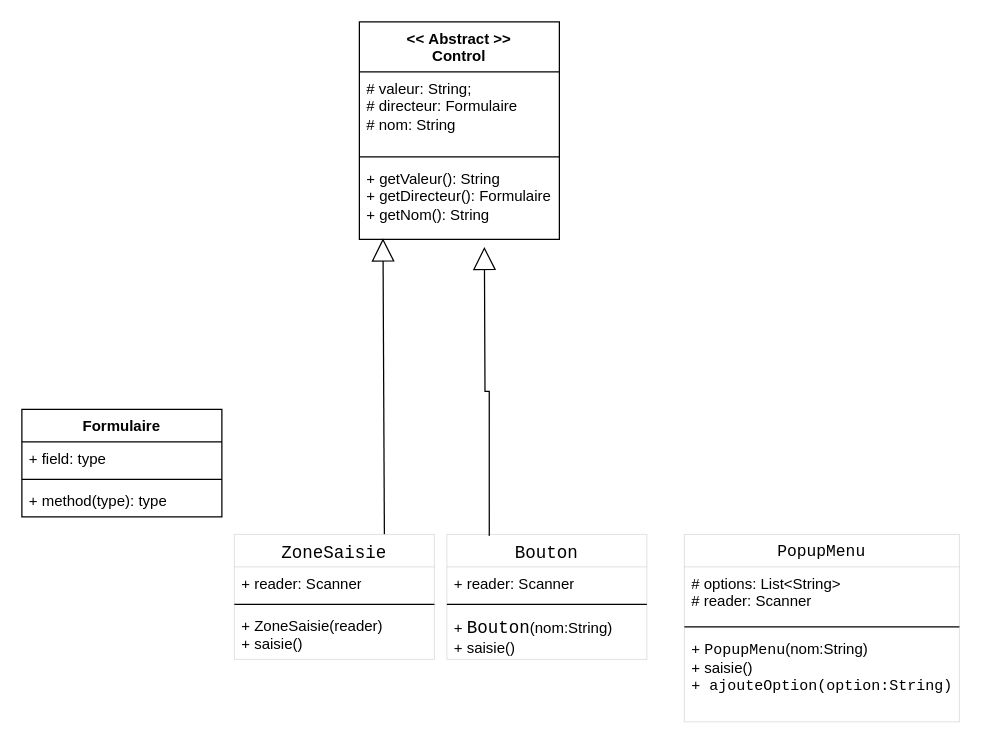
abbesfr81/design-patterns keeps this draw.io diagram as Diagramme sans nom.drawio. Above is the earlier version. Source tidied: cells renumbered, new cells numbered last; positions are measured from the earlier drawing's top-left corner, leaving out a move shared by most shapes. Both pictures are drawn from the tidied source at 125%, with x=0, y=0 at pixel (21, 21).
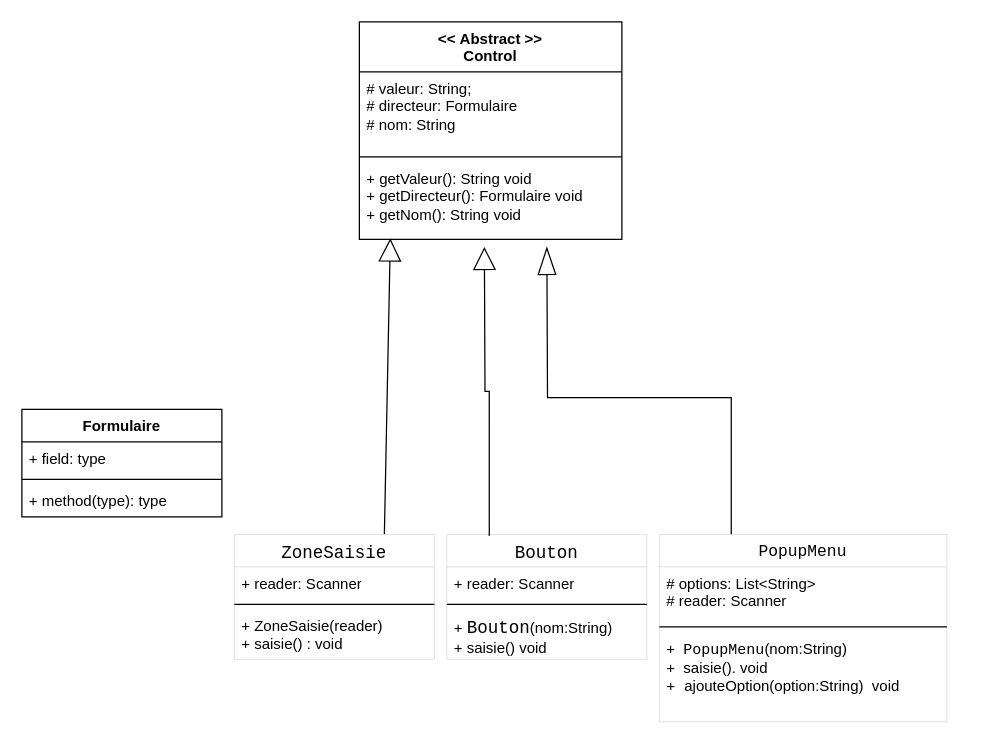
The same page after the edit.

Commit message (it also covers changes not shown here):
Mettre à jour Diagramme sans nom.drawio

Unchanged cells that the change refers to:
```xml
<mxCell id="11" value="&lt;p style=&quot;margin: 0px; font-variant-numeric: normal; font-variant-east-asian: normal; font-variant-alternates: normal; font-size-adjust: none; font-kerning: auto; font-optical-sizing: auto; font-feature-settings: normal; font-variation-settings: normal; font-variant-position: normal; font-weight: 400; font-stretch: normal; font-size: 14px; line-height: normal; font-family: Courier; text-align: start;&quot; class=&quot;p1&quot;&gt;ZoneSaisie&lt;/p&gt;" style="swimlane;fontStyle=1;align=center;verticalAlign=top;horizontal=1;startSize=26;whiteSpace=wrap;html=1;strokeWidth=0;fontSize=14;" parent="1" vertex="1">
  <mxGeometry x="170" y="410" width="160" height="100" as="geometry" />
</mxCell>
<mxCell id="15" value="&lt;p style=&quot;margin: 0px; font-variant-numeric: normal; font-variant-east-asian: normal; font-variant-alternates: normal; font-size-adjust: none; font-kerning: auto; font-optical-sizing: auto; font-feature-settings: normal; font-variation-settings: normal; font-variant-position: normal; font-weight: 400; font-stretch: normal; font-size: 14px; line-height: normal; font-family: Courier; text-align: start;&quot; class=&quot;p1&quot;&gt;Bouton&lt;/p&gt;" style="swimlane;fontStyle=1;align=center;verticalAlign=top;horizontal=1;startSize=26;whiteSpace=wrap;html=1;strokeWidth=0;fontSize=14;" parent="1" vertex="1">
  <mxGeometry x="340" y="410" width="160" height="100" as="geometry" />
</mxCell>
```

The edit, as a diff of the source:
```diff
@@
     <mxCell id="2" value="&amp;lt;&amp;lt;&amp;nbsp;Abstract &amp;gt;&amp;gt;&lt;div&gt;Control&lt;/div&gt;" style="swimlane;fontStyle=1;align=center;verticalAlign=top;horizontal=1;startSize=40;whiteSpace=wrap;html=1;" parent="1" vertex="1">
-      <mxGeometry x="270" width="160" height="174" as="geometry" />
+      <mxGeometry x="270" width="210" height="174" as="geometry" />
     </mxCell>
     <mxCell id="3" value="# valeur: String;&lt;div&gt;# directeur: Formulaire&lt;/div&gt;&lt;div&gt;# nom: String&lt;br&gt;&lt;div&gt;&lt;br&gt;&lt;/div&gt;&lt;/div&gt;" style="text;strokeColor=none;fillColor=none;align=left;verticalAlign=top;spacingLeft=4;spacingRight=4;overflow=hidden;whiteSpace=wrap;html=1;" parent="2" vertex="1">
-      <mxGeometry y="40" width="160" height="64" as="geometry" />
+      <mxGeometry y="40" width="210" height="64" as="geometry" />
     </mxCell>
     <mxCell id="4" style="line;strokeWidth=1;fillColor=none;align=left;verticalAlign=middle;spacingTop=-1;spacingLeft=3;spacingRight=3;labelPosition=right;strokeColor=inherit;" parent="2" vertex="1">
-      <mxGeometry y="104" width="160" height="8" as="geometry" />
+      <mxGeometry y="104" width="210" height="8" as="geometry" />
     </mxCell>
-    <mxCell id="5" value="+ getValeur(): String&lt;div&gt;+ getDirecteur(): Formulaire&lt;/div&gt;&lt;div&gt;+ getNom(): String&lt;/div&gt;" style="text;strokeColor=none;fillColor=none;align=left;verticalAlign=top;spacingLeft=4;spacingRight=4;overflow=hidden;points=[[0,0.5],[1,0.5]];portConstraint=eastwest;whiteSpace=wrap;html=1;" parent="2" vertex="1">
-      <mxGeometry y="112" width="160" height="62" as="geometry" />
+    <mxCell id="5" value="+ getValeur(): String void&lt;div&gt;+ getDirecteur(): Formulaire void&lt;/div&gt;&lt;div&gt;+ getNom(): String void&lt;/div&gt;" style="text;strokeColor=none;fillColor=none;align=left;verticalAlign=top;spacingLeft=4;spacingRight=4;overflow=hidden;points=[[0,0.5],[1,0.5]];portConstraint=eastwest;whiteSpace=wrap;html=1;" parent="2" vertex="1">
+      <mxGeometry y="112" width="210" height="62" as="geometry" />
     </mxCell>
@@
-    <mxCell id="14" value="+ ZoneSaisie(reader)&lt;div&gt;+ saisie()&lt;/div&gt;" style="text;strokeColor=none;fillColor=none;align=left;verticalAlign=top;spacingLeft=4;spacingRight=4;overflow=hidden;whiteSpace=wrap;html=1;" parent="11" vertex="1">
+    <mxCell id="14" value="+ ZoneSaisie(reader)&lt;div&gt;+ saisie() : void&lt;/div&gt;" style="text;strokeColor=none;fillColor=none;align=left;verticalAlign=top;spacingLeft=4;spacingRight=4;overflow=hidden;whiteSpace=wrap;html=1;" parent="11" vertex="1">
       <mxGeometry y="60" width="160" height="40" as="geometry" />
     </mxCell>
@@
-    <mxCell id="18" value="+&amp;nbsp;&lt;span style=&quot;font-family: Courier; font-size: 14px;&quot;&gt;Bouton&lt;/span&gt;(nom:String)&lt;div&gt;+ saisie()&lt;/div&gt;" style="text;strokeColor=none;fillColor=none;align=left;verticalAlign=top;spacingLeft=4;spacingRight=4;overflow=hidden;whiteSpace=wrap;html=1;" parent="15" vertex="1">
+    <mxCell id="18" value="+&amp;nbsp;&lt;span style=&quot;font-family: Courier; font-size: 14px;&quot;&gt;Bouton&lt;/span&gt;(nom:String)&lt;div&gt;+ saisie() void&lt;/div&gt;" style="text;strokeColor=none;fillColor=none;align=left;verticalAlign=top;spacingLeft=4;spacingRight=4;overflow=hidden;whiteSpace=wrap;html=1;" parent="15" vertex="1">
       <mxGeometry y="60" width="160" height="40" as="geometry" />
     </mxCell>
@@
+    <mxCell id="24" style="edgeStyle=orthogonalEdgeStyle;shape=connector;rounded=0;jettySize=auto;html=1;exitX=0.25;exitY=0;exitDx=0;exitDy=0;strokeColor=default;align=center;verticalAlign=middle;fontFamily=Helvetica;fontSize=11;fontColor=default;labelBackgroundColor=default;endArrow=blockThin;endFill=0;endSize=20;" parent="1" edge="1" source="20">
+      <mxGeometry relative="1" as="geometry">
+        <mxPoint x="420" y="180" as="targetPoint" />
+      </mxGeometry>
+    </mxCell>
     <mxCell id="20" value="&lt;p style=&quot;margin: 0px; font-variant-numeric: normal; font-variant-east-asian: normal; font-variant-alternates: normal; font-size-adjust: none; font-kerning: auto; font-optical-sizing: auto; font-feature-settings: normal; font-variation-settings: normal; font-variant-position: normal; font-weight: 400; font-stretch: normal; font-size: 13px; line-height: normal; font-family: Courier; text-align: start;&quot; class=&quot;p1&quot;&gt;PopupMenu&lt;/p&gt;" style="swimlane;fontStyle=1;align=center;verticalAlign=top;horizontal=1;startSize=26;whiteSpace=wrap;html=1;strokeWidth=0;fontSize=14;" parent="1" vertex="1">
-      <mxGeometry x="530" y="410" width="220" height="150" as="geometry" />
+      <mxGeometry x="510" y="410" width="230" height="150" as="geometry" />
     </mxCell>
     <mxCell id="21" value="# options: List&amp;lt;String&amp;gt;&lt;div&gt;# reader: Scanner&lt;/div&gt;" style="text;strokeColor=none;fillColor=none;align=left;verticalAlign=top;spacingLeft=4;spacingRight=4;overflow=hidden;whiteSpace=wrap;html=1;" parent="20" vertex="1">
-      <mxGeometry y="26" width="220" height="44" as="geometry" />
+      <mxGeometry y="26" width="230" height="44" as="geometry" />
     </mxCell>
     <mxCell id="22" style="line;strokeWidth=1;fillColor=none;align=left;verticalAlign=middle;spacingTop=-1;spacingLeft=3;spacingRight=3;labelPosition=right;strokeColor=inherit;" parent="20" vertex="1">
-      <mxGeometry y="70" width="220" height="8" as="geometry" />
+      <mxGeometry y="70" width="230" height="8" as="geometry" />
     </mxCell>
-    <mxCell id="23" value="&lt;font style=&quot;font-size: 12px;&quot;&gt;+&amp;nbsp;&lt;span style=&quot;font-family: Courier;&quot;&gt;PopupMenu&lt;/span&gt;(nom:String)&lt;/font&gt;&lt;div&gt;&lt;font style=&quot;font-size: 12px;&quot;&gt;+ saisie()&lt;/font&gt;&lt;/div&gt;&lt;div&gt;&lt;p style=&quot;margin: 0px; font-variant-numeric: normal; font-variant-east-asian: normal; font-variant-alternates: normal; font-size-adjust: none; font-kerning: auto; font-optical-sizing: auto; font-feature-settings: normal; font-variation-settings: normal; font-variant-position: normal; font-stretch: normal; line-height: normal; font-family: Courier;&quot; class=&quot;p1&quot;&gt;&lt;font style=&quot;font-size: 12px;&quot;&gt;+ ajouteOption(option:String)&lt;/font&gt;&lt;/p&gt;&lt;/div&gt;" style="text;strokeColor=none;fillColor=none;align=left;verticalAlign=top;spacingLeft=4;spacingRight=4;overflow=hidden;whiteSpace=wrap;html=1;" parent="20" vertex="1">
-      <mxGeometry y="78" width="220" height="72" as="geometry" />
+    <mxCell id="23" value="&lt;font style=&quot;font-size: 12px;&quot;&gt;+&amp;nbsp;&amp;nbsp;&lt;span style=&quot;font-family: Courier;&quot;&gt;PopupMenu&lt;/span&gt;(nom:String)&lt;/font&gt;&lt;div&gt;&lt;font style=&quot;font-size: 12px;&quot;&gt;+&amp;nbsp; saisie(). void&lt;/font&gt;&lt;/div&gt;&lt;div&gt;&lt;p style=&quot;margin: 0px; font-variant-numeric: normal; font-variant-east-asian: normal; font-variant-alternates: normal; font-size-adjust: none; font-kerning: auto; font-optical-sizing: auto; font-feature-settings: normal; font-variation-settings: normal; font-variant-position: normal; font-stretch: normal; line-height: normal;&quot; class=&quot;p1&quot;&gt;&lt;font style=&quot;font-size: 12px;&quot;&gt;&lt;font face=&quot;Courier&quot;&gt;+&amp;nbsp;&lt;/font&gt;&lt;/font&gt;&lt;span style=&quot;background-color: initial;&quot;&gt;ajouteOption(option:String)&amp;nbsp; void&lt;/span&gt;&lt;/p&gt;&lt;/div&gt;" style="text;strokeColor=none;fillColor=none;align=left;verticalAlign=top;spacingLeft=4;spacingRight=4;overflow=hidden;whiteSpace=wrap;html=1;" parent="20" vertex="1">
+      <mxGeometry y="78" width="230" height="72" as="geometry" />
     </mxCell>
```
